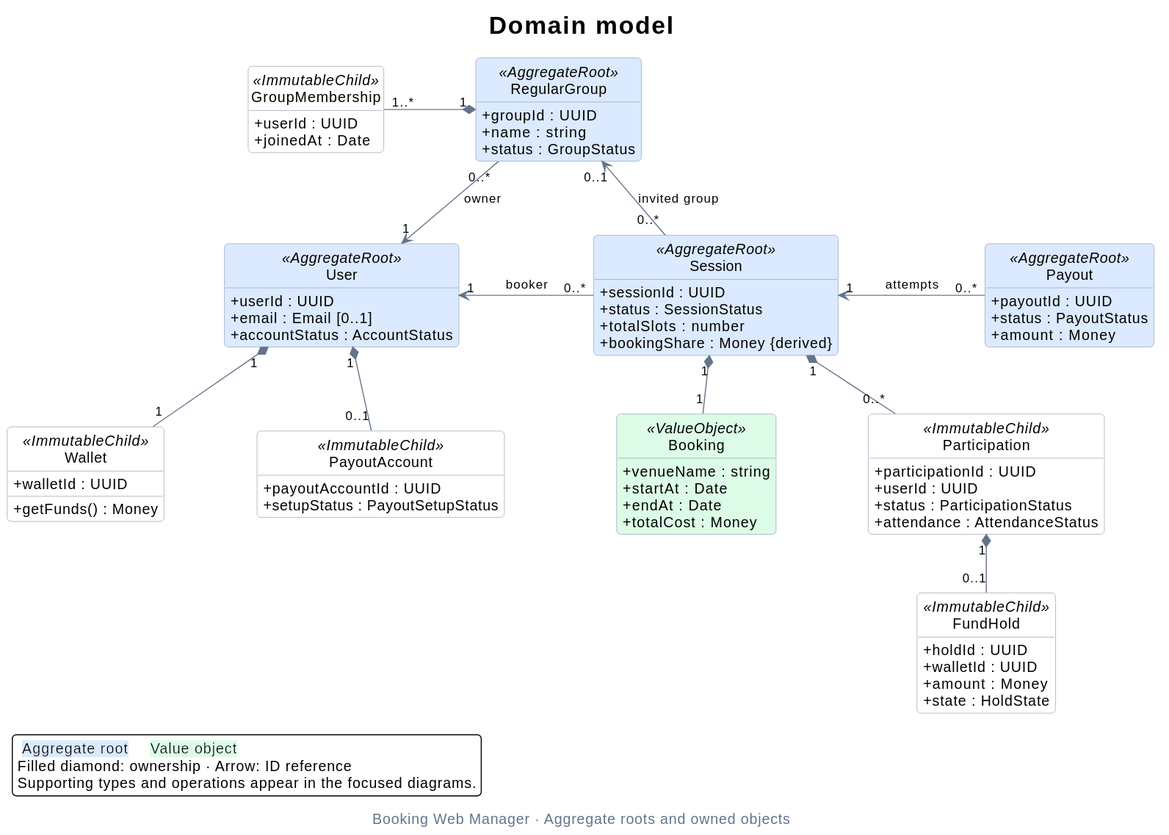
Before: docs/assets/domain-class-diagram.svg, a diagram exported from PlantUML (rbrishi15/booking-web-manager).
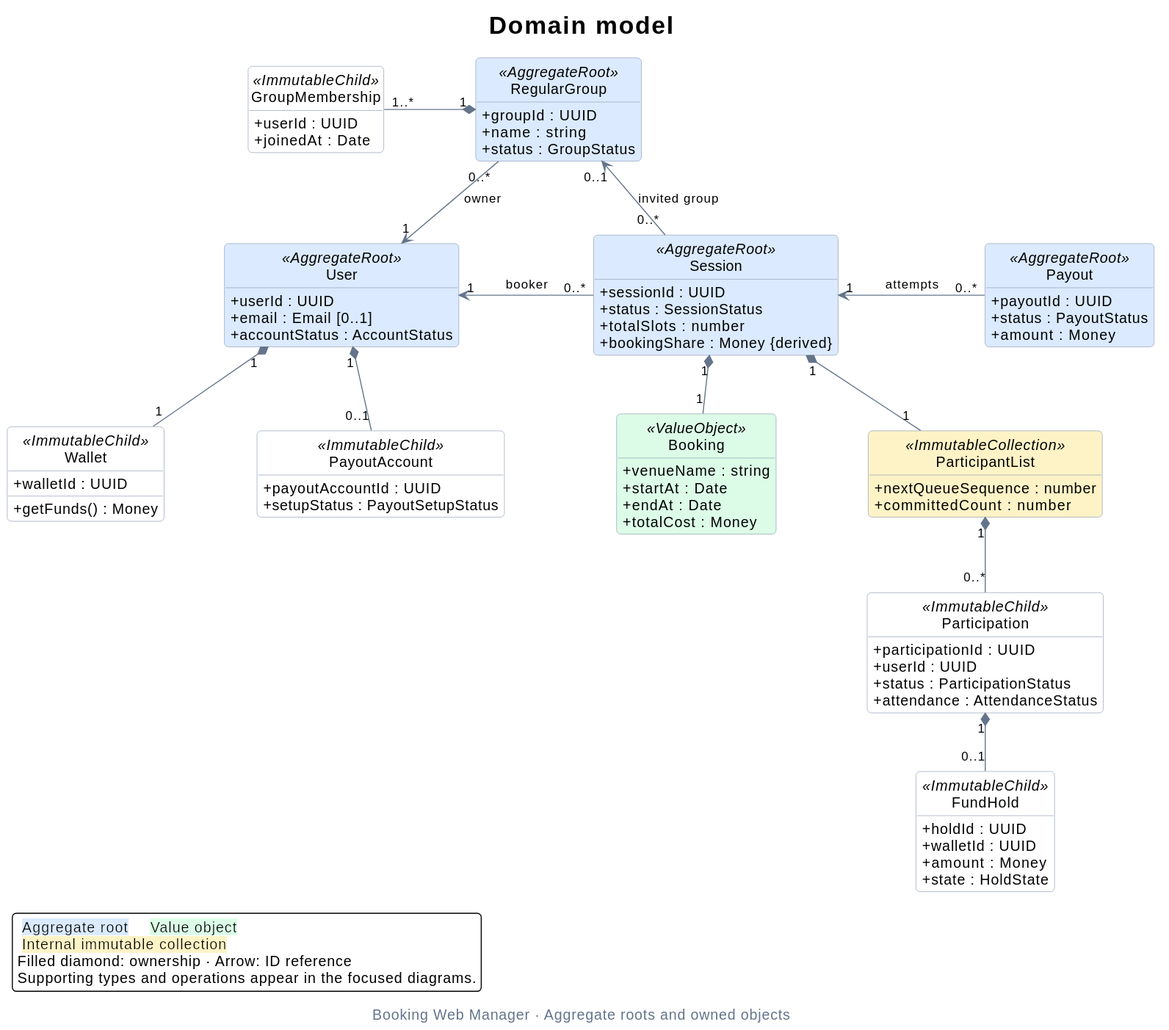
After the commit.

What changed in the source:
```diff
@@ -18,6 +18,7 @@
 skinparam classBackgroundColor #FFFFFF
 skinparam classBackgroundColor<<AggregateRoot>> #DBEAFE
 skinparam classBackgroundColor<<ValueObject>> #DCFCE7
+skinparam classBackgroundColor<<ImmutableCollection>> #FEF3C7
 skinparam classAttributeIconSize 0
 skinparam linetype polyline
 skinparam nodesep 90
@@ -68,6 +69,10 @@
   +status : ParticipationStatus
   +attendance : AttendanceStatus
 }
+class ParticipantList <<ImmutableCollection>> {
+  +nextQueueSequence : number
+  +committedCount : number
+}
 class FundHold <<ImmutableChild>> {
   +holdId : UUID
   +walletId : UUID
@@ -84,11 +89,13 @@
 User "1" *-down- "0..1" PayoutAccount
 RegularGroup "1" *-left- "1..*" GroupMembership
 Session "1" *-down- "1" Booking
-Session "1" *-down- "0..*" Participation
+Session "1" *-down- "1" ParticipantList
+ParticipantList "1" *-down- "0..*" Participation
 Participation "1" *-down- "0..1" FundHold
 
 legend bottom left
   <back:#DBEAFE> Aggregate root </back>   <back:#DCFCE7> Value object </back>
+  <back:#FEF3C7> Internal immutable collection </back>
   Filled diamond: ownership · Arrow: ID reference
   Supporting types and operations appear in the focused diagrams.
 endlegend
```
